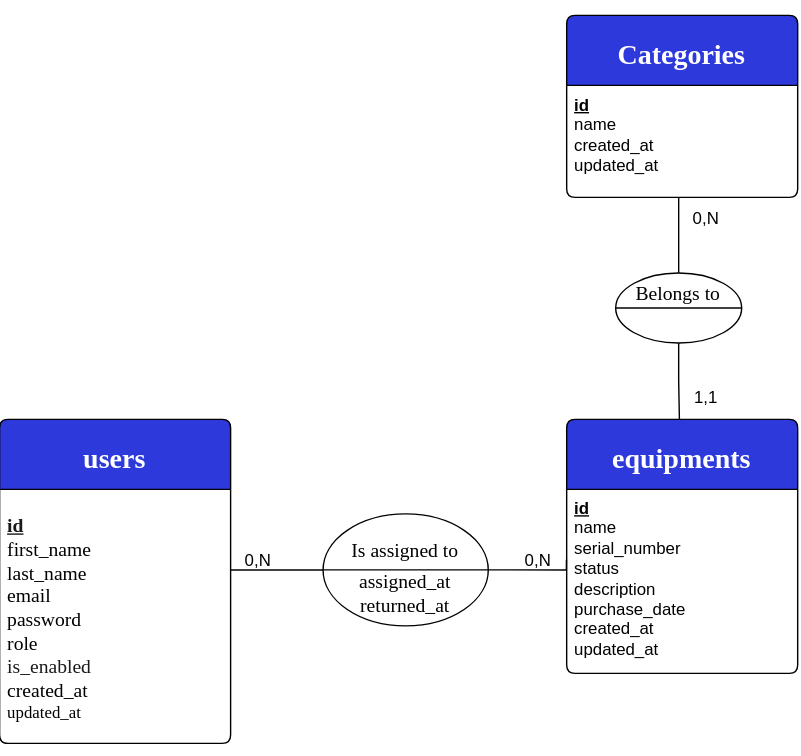
Above: docs/database/MCD.drawio.svg in Asteriix00/equipcore-api (draw.io), before the change. Source tidied: cells renumbered, new cells last; positions are measured from the earlier drawing's top-left corner, leaving out a move shared by most shapes.
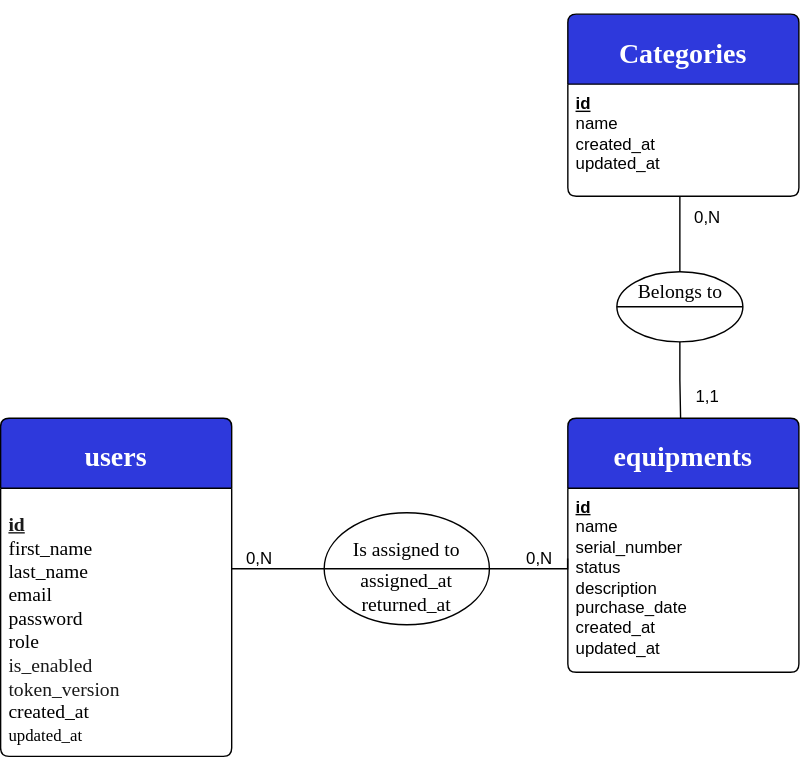
The same diagram one commit later.

What changed in the source:
```diff
@@ -9,10 +9,10 @@
       <mxGeometry y="50" width="165" height="131.5" as="geometry" />
     </mxCell>
     <mxCell id="4" value="&lt;h1&gt;&lt;font style=&quot;color: light-dark(rgb(255, 255, 255), rgb(0, 0, 0)); font-size: 20px;&quot; face=&quot;Times New Roman&quot;&gt;users&lt;/font&gt;&lt;/h1&gt;" style="swimlane;horizontal=1;startSize=50;rounded=1;fontSize=14;fontStyle=0;strokeWidth=1;shadow=0;dashed=0;align=center;arcSize=4;whiteSpace=wrap;html=1;fillColor=#2E39DC;strokeColor=default;" parent="1" vertex="1">
-      <mxGeometry x="-0.1" y="288.5" width="165" height="231.5" as="geometry" />
+      <mxGeometry x="-0.1" y="288.5" width="165" height="241.5" as="geometry" />
     </mxCell>
-    <mxCell id="5" value="&lt;p&gt;&lt;span&gt;&lt;font face=&quot;Times New Roman&quot;&gt;&lt;font style=&quot;color: light-dark(rgb(26, 26, 26), rgb(26, 26, 26)); font-size: 14px;&quot;&gt;&lt;u&gt;&lt;b&gt;id&lt;br&gt;&lt;/b&gt;&lt;/u&gt;&lt;/font&gt;&lt;/font&gt;&lt;font face=&quot;Times New Roman&quot;&gt;&lt;font style=&quot;font-size: 14px;&quot;&gt;first_name&lt;br&gt;&lt;/font&gt;&lt;/font&gt;&lt;font face=&quot;Times New Roman&quot;&gt;&lt;span style=&quot;color: light-dark(rgb(0, 0, 0), rgb(255, 255, 255));&quot;&gt;&lt;font style=&quot;font-size: 14px;&quot;&gt;last_name&lt;br&gt;&lt;/font&gt;&lt;/span&gt;&lt;/font&gt;&lt;font face=&quot;Times New Roman&quot;&gt;&lt;span style=&quot;color: light-dark(rgb(0, 0, 0), rgb(255, 255, 255));&quot;&gt;&lt;font style=&quot;font-size: 14px;&quot;&gt;email&amp;nbsp;&lt;br&gt;&lt;/font&gt;&lt;/span&gt;&lt;/font&gt;&lt;font face=&quot;Times New Roman&quot;&gt;&lt;span style=&quot;color: light-dark(rgb(0, 0, 0), rgb(255, 255, 255));&quot;&gt;&lt;font style=&quot;font-size: 14px;&quot;&gt;password&amp;nbsp;&lt;br&gt;&lt;/font&gt;&lt;/span&gt;&lt;/font&gt;&lt;font face=&quot;Times New Roman&quot;&gt;&lt;span style=&quot;color: light-dark(rgb(0, 0, 0), rgb(255, 255, 255));&quot;&gt;&lt;font style=&quot;font-size: 14px;&quot;&gt;role&amp;nbsp;&lt;br&gt;&lt;/font&gt;&lt;/span&gt;&lt;/font&gt;&lt;font face=&quot;Times New Roman&quot;&gt;&lt;font color=&quot;#1a1a1a&quot; style=&quot;font-size: 14px;&quot;&gt;is_enabled&lt;br&gt;&lt;/font&gt;&lt;/font&gt;&lt;font face=&quot;Times New Roman&quot;&gt;&lt;span style=&quot;color: light-dark(rgb(0, 0, 0), rgb(255, 255, 255));&quot;&gt;&lt;font&gt;&lt;span style=&quot;font-size: 14px;&quot;&gt;created_at&amp;nbsp;&lt;br&gt;&lt;/span&gt;&lt;/font&gt;&lt;/span&gt;&lt;/font&gt;&lt;font face=&quot;Times New Roman&quot;&gt;updated_at&lt;/font&gt;&lt;/span&gt;&lt;/p&gt;" style="align=left;strokeColor=none;fillColor=none;spacingLeft=4;spacingRight=4;fontSize=12;verticalAlign=top;html=1;whiteSpace=wrap;" parent="4" vertex="1">
-      <mxGeometry y="50" width="165" height="181.5" as="geometry" />
+    <mxCell id="5" value="&lt;p&gt;&lt;span&gt;&lt;font face=&quot;Times New Roman&quot;&gt;&lt;font style=&quot;color: light-dark(rgb(26, 26, 26), rgb(26, 26, 26)); font-size: 14px;&quot;&gt;&lt;u&gt;&lt;b&gt;id&lt;br&gt;&lt;/b&gt;&lt;/u&gt;&lt;/font&gt;&lt;/font&gt;&lt;font face=&quot;Times New Roman&quot;&gt;&lt;font style=&quot;font-size: 14px;&quot;&gt;first_name&lt;br&gt;&lt;/font&gt;&lt;/font&gt;&lt;font face=&quot;Times New Roman&quot;&gt;&lt;span style=&quot;color: light-dark(rgb(0, 0, 0), rgb(255, 255, 255));&quot;&gt;&lt;font style=&quot;font-size: 14px;&quot;&gt;last_name&lt;br&gt;&lt;/font&gt;&lt;/span&gt;&lt;/font&gt;&lt;font face=&quot;Times New Roman&quot;&gt;&lt;span style=&quot;color: light-dark(rgb(0, 0, 0), rgb(255, 255, 255));&quot;&gt;&lt;font style=&quot;font-size: 14px;&quot;&gt;email&amp;nbsp;&lt;br&gt;&lt;/font&gt;&lt;/span&gt;&lt;/font&gt;&lt;font face=&quot;Times New Roman&quot;&gt;&lt;span style=&quot;color: light-dark(rgb(0, 0, 0), rgb(255, 255, 255));&quot;&gt;&lt;font style=&quot;font-size: 14px;&quot;&gt;password&amp;nbsp;&lt;br&gt;&lt;/font&gt;&lt;/span&gt;&lt;/font&gt;&lt;font face=&quot;Times New Roman&quot;&gt;&lt;span style=&quot;color: light-dark(rgb(0, 0, 0), rgb(255, 255, 255));&quot;&gt;&lt;font style=&quot;font-size: 14px;&quot;&gt;role&amp;nbsp;&lt;br&gt;&lt;/font&gt;&lt;/span&gt;&lt;/font&gt;&lt;font face=&quot;Times New Roman&quot;&gt;&lt;font color=&quot;#1a1a1a&quot; style=&quot;font-size: 14px;&quot;&gt;is_enabled&lt;br&gt;token_version&lt;br&gt;&lt;/font&gt;&lt;/font&gt;&lt;font face=&quot;Times New Roman&quot;&gt;&lt;span style=&quot;color: light-dark(rgb(0, 0, 0), rgb(255, 255, 255));&quot;&gt;&lt;font&gt;&lt;span style=&quot;font-size: 14px;&quot;&gt;created_at&amp;nbsp;&lt;br&gt;&lt;/span&gt;&lt;/font&gt;&lt;/span&gt;&lt;/font&gt;&lt;font face=&quot;Times New Roman&quot;&gt;updated_at&lt;/font&gt;&lt;/span&gt;&lt;/p&gt;" style="align=left;strokeColor=none;fillColor=none;spacingLeft=4;spacingRight=4;fontSize=12;verticalAlign=top;html=1;whiteSpace=wrap;" parent="4" vertex="1">
+      <mxGeometry y="50" width="165" height="191.5" as="geometry" />
     </mxCell>
     <mxCell id="6" value="0,N" style="text;html=1;whiteSpace=wrap;strokeColor=none;fillColor=none;align=center;verticalAlign=middle;rounded=0;" parent="1" vertex="1">
       <mxGeometry x="365" y="374.3" width="40" height="30" as="geometry" />
@@ -64,7 +64,7 @@
       </mxGeometry>
     </mxCell>
     <mxCell id="18" value="&lt;p&gt;&lt;font face=&quot;Times New Roman&quot; style=&quot;font-size: 14px;&quot;&gt;Belongs to&lt;/font&gt;&lt;/p&gt;" style="text;html=1;whiteSpace=wrap;strokeColor=none;fillColor=none;align=center;verticalAlign=middle;rounded=0;" parent="1" vertex="1">
-      <mxGeometry x="440" y="184" width="90" height="30" as="geometry" />
+      <mxGeometry x="447.5" y="184" width="75" height="30" as="geometry" />
     </mxCell>
     <mxCell id="19" style="edgeStyle=orthogonalEdgeStyle;rounded=0;jettySize=auto;html=1;entryX=0.488;entryY=0;entryDx=0;entryDy=0;entryPerimeter=0;endArrow=none;endFill=0;" parent="1" edge="1" source="16" target="2">
       <mxGeometry relative="1" as="geometry" />
```
